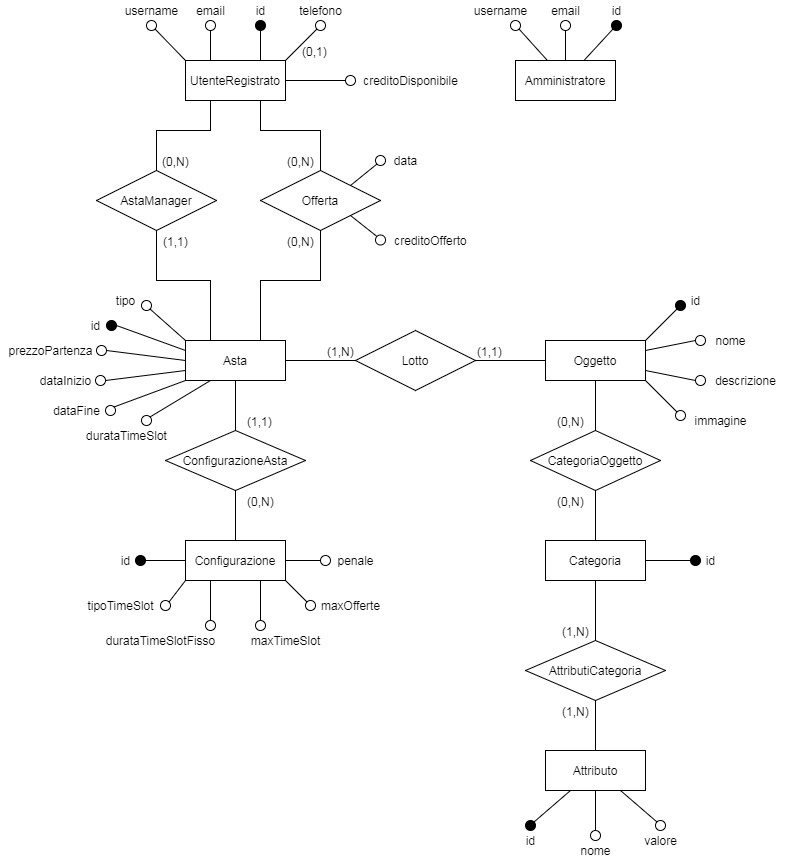
Earlier version of the draw.io export Documentazione/Progettazione/Database/Restructured ER Diagram/Restructured ER Diagram.png (UnimibSoftEngCourse1920/progetto-aste-2-gruppo-aste-2). Source tidied: cells renumbered, new cells last; positions are measured from the earlier drawing's top-left corner, leaving out a move shared by most shapes.
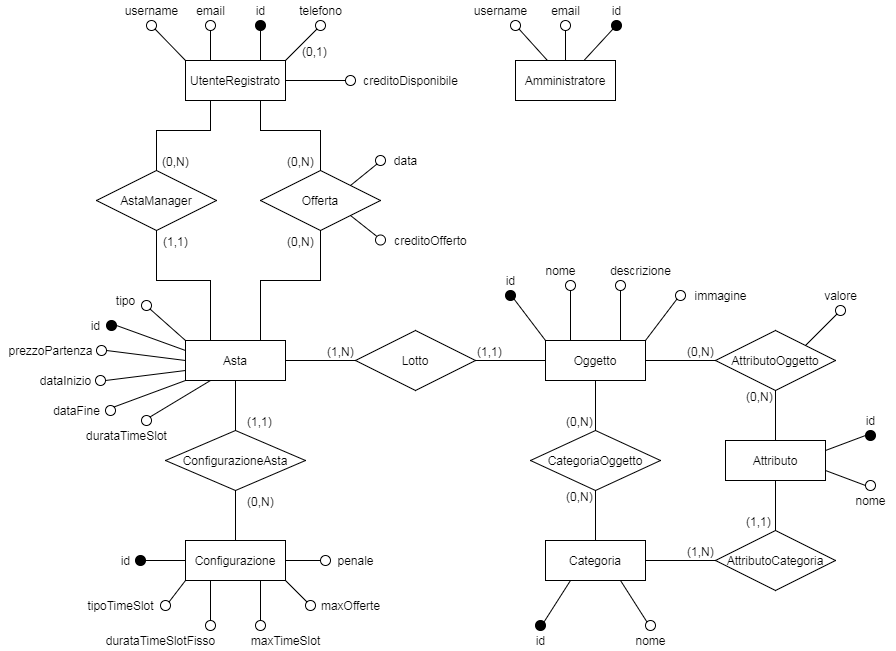
Above is the later version.

Commit message:
Updated Domain Model, Class Diagram, ER Diagram, Restructured ER Diagram and Relational Model Diagram

The edit, as a diff of the source:
```diff
@@ -8,21 +8,12 @@
     <mxCell id="3" value="Asta" style="whiteSpace=wrap;html=1;align=center;" parent="1" vertex="1">
       <mxGeometry x="185" y="340" width="100" height="40" as="geometry" />
     </mxCell>
-    <mxCell id="4" value="Oggetto" style="whiteSpace=wrap;html=1;align=center;" parent="1" vertex="1">
-      <mxGeometry x="545" y="340" width="100" height="40" as="geometry" />
-    </mxCell>
-    <mxCell id="5" value="Categoria" style="whiteSpace=wrap;html=1;align=center;" parent="1" vertex="1">
-      <mxGeometry x="545" y="540" width="100" height="40" as="geometry" />
-    </mxCell>
     <mxCell id="6" value="Configurazione" style="whiteSpace=wrap;html=1;align=center;" parent="1" vertex="1">
       <mxGeometry x="185" y="540" width="100" height="40" as="geometry" />
     </mxCell>
     <mxCell id="7" value="AstaManager" style="shape=rhombus;perimeter=rhombusPerimeter;whiteSpace=wrap;html=1;align=center;" parent="1" vertex="1">
       <mxGeometry x="96" y="170" width="120" height="60" as="geometry" />
     </mxCell>
-    <mxCell id="8" value="CategoriaOggetto" style="shape=rhombus;perimeter=rhombusPerimeter;whiteSpace=wrap;html=1;align=center;" parent="1" vertex="1">
-      <mxGeometry x="530" y="430" width="130" height="60" as="geometry" />
-    </mxCell>
     <mxCell id="9" value="ConfigurazioneAsta" style="shape=rhombus;perimeter=rhombusPerimeter;whiteSpace=wrap;html=1;align=center;" parent="1" vertex="1">
       <mxGeometry x="165" y="430" width="140" height="60" as="geometry" />
     </mxCell>
@@ -87,7 +78,7 @@
         <mxPoint x="40" as="offset" />
       </mxGeometry>
     </mxCell>
-    <mxCell id="29" style="endArrow=none;html=1;rounded=0;labelBackgroundColor=#000000;fillColor=#000000;exitX=1;exitY=0.5;exitDx=0;exitDy=0;entryX=0;entryY=0.5;entryDx=0;entryDy=0;" parent="1" edge="1" source="10" target="4">
+    <mxCell id="29" style="endArrow=none;html=1;rounded=0;labelBackgroundColor=#000000;fillColor=#000000;exitX=1;exitY=0.5;exitDx=0;exitDy=0;" parent="1" edge="1" source="10" target="4">
       <mxGeometry relative="1" as="geometry" />
     </mxCell>
     <mxCell id="30" value="(1,1)" style="html=1;align=left;verticalAlign=bottom;" parent="29" vertex="1">
@@ -161,22 +152,6 @@
         <mxPoint x="10" y="20" as="offset" />
       </mxGeometry>
     </mxCell>
-    <mxCell id="43" style="endArrow=none;html=1;rounded=0;labelBackgroundColor=#000000;fillColor=#000000;" parent="1" edge="1" source="4" target="8">
-      <mxGeometry relative="1" as="geometry" />
-    </mxCell>
-    <mxCell id="44" value="(0,N)" style="html=1;align=left;verticalAlign=bottom;" parent="43" vertex="1">
-      <mxGeometry x="-1" relative="1" as="geometry">
-        <mxPoint x="-40" y="50" as="offset" />
-      </mxGeometry>
-    </mxCell>
-    <mxCell id="45" style="endArrow=none;html=1;rounded=0;labelBackgroundColor=#000000;fillColor=#000000;" parent="1" edge="1" source="8" target="5">
-      <mxGeometry relative="1" as="geometry" />
-    </mxCell>
-    <mxCell id="46" value="(0,N)" style="html=1;align=left;verticalAlign=bottom;" parent="45" vertex="1">
-      <mxGeometry x="-1" relative="1" as="geometry">
-        <mxPoint x="-40" y="20" as="offset" />
-      </mxGeometry>
-    </mxCell>
     <mxCell id="47" value="creditoOfferto" style="text;html=1;align=center;verticalAlign=middle;" parent="1" vertex="1">
       <mxGeometry x="385" y="229.5" width="90" height="20" as="geometry" />
     </mxCell>
@@ -294,51 +269,6 @@
     <mxCell id="85" style="endArrow=none;html=1;rounded=0;labelBackgroundColor=#000000;fillColor=#000000;exitX=0.75;exitY=1;exitDx=0;exitDy=0;entryX=0.5;entryY=0;entryDx=0;entryDy=0;" parent="1" edge="1" source="6" target="70">
       <mxGeometry relative="1" as="geometry" />
     </mxCell>
-    <mxCell id="86" value="id" style="text;html=1;align=center;verticalAlign=middle;" parent="1" vertex="1">
-      <mxGeometry x="685" y="290" width="20" height="20" as="geometry" />
-    </mxCell>
-    <mxCell id="87" style="ellipse;whiteSpace=wrap;html=1;align=center;fillColor=#000000;" parent="1" vertex="1">
-      <mxGeometry x="675" y="300" width="10" height="10" as="geometry" />
-    </mxCell>
-    <mxCell id="88" value="nome" style="text;html=1;align=center;verticalAlign=middle;" parent="1" vertex="1">
-      <mxGeometry x="705" y="330" width="50" height="20" as="geometry" />
-    </mxCell>
-    <mxCell id="89" style="ellipse;whiteSpace=wrap;html=1;align=center;" parent="1" vertex="1">
-      <mxGeometry x="695" y="335" width="10" height="10" as="geometry" />
-    </mxCell>
-    <mxCell id="90" value="descrizione" style="text;html=1;align=center;verticalAlign=middle;" parent="1" vertex="1">
-      <mxGeometry x="705" y="370" width="80" height="20" as="geometry" />
-    </mxCell>
-    <mxCell id="91" style="ellipse;whiteSpace=wrap;html=1;align=center;" parent="1" vertex="1">
-      <mxGeometry x="695" y="375" width="10" height="10" as="geometry" />
-    </mxCell>
-    <mxCell id="92" style="endArrow=none;html=1;rounded=0;labelBackgroundColor=#000000;fillColor=#000000;exitX=0;exitY=1;exitDx=0;exitDy=0;entryX=1;entryY=0;entryDx=0;entryDy=0;" parent="1" edge="1" source="87" target="4">
-      <mxGeometry relative="1" as="geometry" />
-    </mxCell>
-    <mxCell id="93" style="endArrow=none;html=1;rounded=0;labelBackgroundColor=#000000;fillColor=#000000;exitX=0;exitY=0.5;exitDx=0;exitDy=0;entryX=1;entryY=0.25;entryDx=0;entryDy=0;" parent="1" edge="1" source="89" target="4">
-      <mxGeometry relative="1" as="geometry" />
-    </mxCell>
-    <mxCell id="94" style="endArrow=none;html=1;rounded=0;labelBackgroundColor=#000000;fillColor=#000000;exitX=1;exitY=0.75;exitDx=0;exitDy=0;entryX=0;entryY=0.5;entryDx=0;entryDy=0;" parent="1" edge="1" source="4" target="91">
-      <mxGeometry relative="1" as="geometry" />
-    </mxCell>
-    <mxCell id="95" value="id" style="text;html=1;align=center;verticalAlign=middle;" parent="1" vertex="1">
-      <mxGeometry x="700" y="550" width="20" height="20" as="geometry" />
-    </mxCell>
-    <mxCell id="96" style="ellipse;whiteSpace=wrap;html=1;align=center;fillColor=#000000;" parent="1" vertex="1">
-      <mxGeometry x="690" y="555" width="10" height="10" as="geometry" />
-    </mxCell>
-    <mxCell id="97" value="immagine" style="text;html=1;align=center;verticalAlign=middle;" parent="1" vertex="1">
-      <mxGeometry x="685" y="410" width="70" height="20" as="geometry" />
-    </mxCell>
-    <mxCell id="98" style="ellipse;whiteSpace=wrap;html=1;align=center;" parent="1" vertex="1">
-      <mxGeometry x="675" y="410" width="10" height="10" as="geometry" />
-    </mxCell>
-    <mxCell id="99" style="endArrow=none;html=1;rounded=0;labelBackgroundColor=#000000;fillColor=#000000;entryX=1;entryY=0.5;entryDx=0;entryDy=0;exitX=0;exitY=0.5;exitDx=0;exitDy=0;" parent="1" edge="1" source="96" target="5">
-      <mxGeometry relative="1" as="geometry" />
-    </mxCell>
-    <mxCell id="100" style="endArrow=none;html=1;rounded=0;labelBackgroundColor=#000000;fillColor=#000000;exitX=0;exitY=0;exitDx=0;exitDy=0;entryX=1;entryY=1;entryDx=0;entryDy=0;" parent="1" edge="1" source="98" target="4">
-      <mxGeometry relative="1" as="geometry" />
-    </mxCell>
     <mxCell id="101" value="username" style="text;html=1;align=center;verticalAlign=middle;" parent="1" vertex="1">
       <mxGeometry x="116" width="70" height="20" as="geometry" />
     </mxCell>
@@ -378,59 +308,157 @@
     <mxCell id="113" value="Offerta" style="shape=rhombus;perimeter=rhombusPerimeter;whiteSpace=wrap;html=1;align=center;" parent="1" vertex="1">
       <mxGeometry x="260" y="170" width="120" height="60" as="geometry" />
     </mxCell>
+    <mxCell id="129" value="(0,1)" style="html=1;align=left;verticalAlign=bottom;" parent="1" vertex="1">
+      <mxGeometry x="260" y="60" as="geometry">
+        <mxPoint x="40" as="offset" />
+      </mxGeometry>
+    </mxCell>
+    <mxCell id="4" value="Oggetto" style="whiteSpace=wrap;html=1;align=center;" parent="1" vertex="1">
+      <mxGeometry x="545" y="340" width="100" height="40" as="geometry" />
+    </mxCell>
+    <mxCell id="5" value="Categoria" style="whiteSpace=wrap;html=1;align=center;" parent="1" vertex="1">
+      <mxGeometry x="545" y="540" width="100" height="40" as="geometry" />
+    </mxCell>
+    <mxCell id="8" value="CategoriaOggetto" style="shape=rhombus;perimeter=rhombusPerimeter;whiteSpace=wrap;html=1;align=center;" parent="1" vertex="1">
+      <mxGeometry x="530" y="430" width="130" height="60" as="geometry" />
+    </mxCell>
+    <mxCell id="43" style="endArrow=none;html=1;rounded=0;labelBackgroundColor=#000000;fillColor=#000000;exitX=0.5;exitY=1;exitDx=0;exitDy=0;entryX=0.5;entryY=0;entryDx=0;entryDy=0;" parent="1" edge="1" source="4" target="8">
+      <mxGeometry relative="1" as="geometry" />
+    </mxCell>
+    <mxCell id="130" value="(0,N)" style="html=1;align=left;verticalAlign=bottom;" parent="43" vertex="1">
+      <mxGeometry x="-1" relative="1" as="geometry">
+        <mxPoint x="-31" y="50" as="offset" />
+      </mxGeometry>
+    </mxCell>
+    <mxCell id="45" style="endArrow=none;html=1;rounded=0;labelBackgroundColor=#000000;fillColor=#000000;" parent="1" edge="1" source="8" target="5">
+      <mxGeometry relative="1" as="geometry" />
+    </mxCell>
+    <mxCell id="131" value="(0,N)" style="html=1;align=left;verticalAlign=bottom;" parent="45" vertex="1">
+      <mxGeometry x="-1" relative="1" as="geometry">
+        <mxPoint x="-31" y="15" as="offset" />
+      </mxGeometry>
+    </mxCell>
+    <mxCell id="132" value="id" style="text;html=1;align=center;verticalAlign=middle;" parent="1" vertex="1">
+      <mxGeometry x="500" y="270" width="20" height="20" as="geometry" />
+    </mxCell>
+    <mxCell id="133" style="ellipse;whiteSpace=wrap;html=1;align=center;fillColor=#000000;" parent="1" vertex="1">
+      <mxGeometry x="505" y="290" width="10" height="10" as="geometry" />
+    </mxCell>
+    <mxCell id="134" value="nome" style="text;html=1;align=center;verticalAlign=middle;" parent="1" vertex="1">
+      <mxGeometry x="535" y="260" width="50" height="20" as="geometry" />
+    </mxCell>
+    <mxCell id="135" style="ellipse;whiteSpace=wrap;html=1;align=center;" parent="1" vertex="1">
+      <mxGeometry x="565" y="280" width="10" height="10" as="geometry" />
+    </mxCell>
+    <mxCell id="90" value="descrizione" style="text;html=1;align=center;verticalAlign=middle;" parent="1" vertex="1">
+      <mxGeometry x="600" y="260" width="80" height="20" as="geometry" />
+    </mxCell>
+    <mxCell id="136" style="ellipse;whiteSpace=wrap;html=1;align=center;" parent="1" vertex="1">
+      <mxGeometry x="615" y="280" width="10" height="10" as="geometry" />
+    </mxCell>
+    <mxCell id="137" style="endArrow=none;html=1;rounded=0;labelBackgroundColor=#000000;fillColor=#000000;exitX=1;exitY=1;exitDx=0;exitDy=0;entryX=0;entryY=0;entryDx=0;entryDy=0;" parent="1" edge="1" source="133" target="4">
+      <mxGeometry relative="1" as="geometry" />
+    </mxCell>
+    <mxCell id="138" style="endArrow=none;html=1;rounded=0;labelBackgroundColor=#000000;fillColor=#000000;exitX=0.5;exitY=1;exitDx=0;exitDy=0;entryX=0.25;entryY=0;entryDx=0;entryDy=0;" parent="1" edge="1" source="135" target="4">
+      <mxGeometry relative="1" as="geometry" />
+    </mxCell>
+    <mxCell id="139" style="endArrow=none;html=1;rounded=0;labelBackgroundColor=#000000;fillColor=#000000;exitX=0.75;exitY=0;exitDx=0;exitDy=0;entryX=0.5;entryY=1;entryDx=0;entryDy=0;" parent="1" edge="1" source="4" target="136">
+      <mxGeometry relative="1" as="geometry" />
+    </mxCell>
+    <mxCell id="140" value="id" style="text;html=1;align=center;verticalAlign=middle;" parent="1" vertex="1">
+      <mxGeometry x="530" y="630" width="20" height="20" as="geometry" />
+    </mxCell>
+    <mxCell id="141" style="ellipse;whiteSpace=wrap;html=1;align=center;fillColor=#000000;" parent="1" vertex="1">
+      <mxGeometry x="535" y="620" width="10" height="10" as="geometry" />
+    </mxCell>
+    <mxCell id="97" value="immagine" style="text;html=1;align=center;verticalAlign=middle;" parent="1" vertex="1">
+      <mxGeometry x="685" y="285" width="70" height="20" as="geometry" />
+    </mxCell>
+    <mxCell id="142" style="ellipse;whiteSpace=wrap;html=1;align=center;" parent="1" vertex="1">
+      <mxGeometry x="675" y="290" width="10" height="10" as="geometry" />
+    </mxCell>
+    <mxCell id="143" style="endArrow=none;html=1;rounded=0;labelBackgroundColor=#000000;fillColor=#000000;entryX=0.25;entryY=1;entryDx=0;entryDy=0;exitX=1;exitY=0;exitDx=0;exitDy=0;" parent="1" edge="1" source="141" target="5">
+      <mxGeometry relative="1" as="geometry" />
+    </mxCell>
+    <mxCell id="144" style="endArrow=none;html=1;rounded=0;labelBackgroundColor=#000000;fillColor=#000000;exitX=0;exitY=1;exitDx=0;exitDy=0;entryX=1;entryY=0;entryDx=0;entryDy=0;" parent="1" edge="1" source="142" target="4">
+      <mxGeometry relative="1" as="geometry" />
+    </mxCell>
+    <mxCell id="145" value="AttributoOggetto" style="shape=rhombus;perimeter=rhombusPerimeter;whiteSpace=wrap;html=1;align=center;" parent="1" vertex="1">
+      <mxGeometry x="715" y="330" width="120" height="60" as="geometry" />
+    </mxCell>
     <mxCell id="114" value="Attributo" style="whiteSpace=wrap;html=1;align=center;" parent="1" vertex="1">
-      <mxGeometry x="545" y="750" width="100" height="40" as="geometry" />
+      <mxGeometry x="725" y="440" width="100" height="40" as="geometry" />
     </mxCell>
-    <mxCell id="115" value="AttributiCategoria" style="shape=rhombus;perimeter=rhombusPerimeter;whiteSpace=wrap;html=1;align=center;" parent="1" vertex="1">
-      <mxGeometry x="525" y="640" width="140" height="60" as="geometry" />
-    </mxCell>
-    <mxCell id="116" style="endArrow=none;html=1;rounded=0;labelBackgroundColor=#000000;fillColor=#000000;" parent="1" edge="1" source="115" target="114">
-      <mxGeometry relative="1" as="geometry" />
-    </mxCell>
-    <mxCell id="117" value="(1,N)" style="html=1;align=left;verticalAlign=bottom;" parent="116" vertex="1">
-      <mxGeometry x="-1" relative="1" as="geometry">
-        <mxPoint x="-35" y="20" as="offset" />
-      </mxGeometry>
-    </mxCell>
-    <mxCell id="118" style="endArrow=none;html=1;rounded=0;labelBackgroundColor=#000000;fillColor=#000000;" parent="1" edge="1" source="5" target="115">
-      <mxGeometry relative="1" as="geometry" />
-    </mxCell>
-    <mxCell id="119" value="(1,N)" style="html=1;align=left;verticalAlign=bottom;" parent="118" vertex="1">
-      <mxGeometry x="-1" relative="1" as="geometry">
-        <mxPoint x="-35" y="60" as="offset" />
-      </mxGeometry>
-    </mxCell>
-    <mxCell id="120" value="id" style="text;html=1;align=center;verticalAlign=middle;" parent="1" vertex="1">
-      <mxGeometry x="520" y="830" width="20" height="20" as="geometry" />
-    </mxCell>
-    <mxCell id="121" style="ellipse;whiteSpace=wrap;html=1;align=center;fillColor=#000000;" parent="1" vertex="1">
-      <mxGeometry x="525" y="820" width="10" height="10" as="geometry" />
-    </mxCell>
-    <mxCell id="122" value="nome" style="text;html=1;align=center;verticalAlign=middle;" parent="1" vertex="1">
-      <mxGeometry x="570" y="840" width="50" height="20" as="geometry" />
-    </mxCell>
-    <mxCell id="123" style="ellipse;whiteSpace=wrap;html=1;align=center;" parent="1" vertex="1">
-      <mxGeometry x="590" y="830" width="10" height="10" as="geometry" />
-    </mxCell>
+    <mxCell id="146" value="AttributoCategoria" style="shape=rhombus;perimeter=rhombusPerimeter;whiteSpace=wrap;html=1;align=center;" parent="1" vertex="1">
+      <mxGeometry x="715" y="530" width="120" height="60" as="geometry" />
+    </mxCell>
+    <mxCell id="147" style="endArrow=none;html=1;rounded=0;labelBackgroundColor=#000000;fillColor=#000000;exitX=1;exitY=0.5;exitDx=0;exitDy=0;entryX=0;entryY=0.5;entryDx=0;entryDy=0;" parent="1" edge="1" source="4" target="145">
+      <mxGeometry relative="1" as="geometry" />
+    </mxCell>
+    <mxCell id="148" value="(0,N)" style="html=1;align=left;verticalAlign=bottom;" parent="147" vertex="1">
+      <mxGeometry x="-1" relative="1" as="geometry">
+        <mxPoint x="40" as="offset" />
+      </mxGeometry>
+    </mxCell>
+    <mxCell id="149" style="endArrow=none;html=1;rounded=0;labelBackgroundColor=#000000;fillColor=#000000;exitX=1;exitY=0.5;exitDx=0;exitDy=0;entryX=0;entryY=0.5;entryDx=0;entryDy=0;" parent="1" edge="1" source="5" target="146">
+      <mxGeometry relative="1" as="geometry" />
+    </mxCell>
+    <mxCell id="150" value="(1,N)" style="html=1;align=left;verticalAlign=bottom;" parent="149" vertex="1">
+      <mxGeometry x="-1" relative="1" as="geometry">
+        <mxPoint x="40" as="offset" />
+      </mxGeometry>
+    </mxCell>
+    <mxCell id="151" style="endArrow=none;html=1;rounded=0;labelBackgroundColor=#000000;fillColor=#000000;exitX=0.5;exitY=1;exitDx=0;exitDy=0;entryX=0.5;entryY=0;entryDx=0;entryDy=0;" parent="1" edge="1" source="145" target="114">
+      <mxGeometry relative="1" as="geometry" />
+    </mxCell>
+    <mxCell id="152" value="(0,N)" style="html=1;align=left;verticalAlign=bottom;" parent="151" vertex="1">
+      <mxGeometry x="-1" relative="1" as="geometry">
+        <mxPoint x="-31" y="15" as="offset" />
+      </mxGeometry>
+    </mxCell>
+    <mxCell id="153" style="endArrow=none;html=1;rounded=0;labelBackgroundColor=#000000;fillColor=#000000;exitX=0.5;exitY=1;exitDx=0;exitDy=0;entryX=0.5;entryY=0;entryDx=0;entryDy=0;" parent="1" edge="1" source="114" target="146">
+      <mxGeometry relative="1" as="geometry" />
+    </mxCell>
+    <mxCell id="154" value="(1,1)" style="html=1;align=left;verticalAlign=bottom;" parent="153" vertex="1">
+      <mxGeometry x="-1" relative="1" as="geometry">
+        <mxPoint x="-31" y="50" as="offset" />
+      </mxGeometry>
+    </mxCell>
+    <mxCell id="155" value="id" style="text;html=1;align=center;verticalAlign=middle;" parent="1" vertex="1">
+      <mxGeometry x="860" y="410" width="20" height="20" as="geometry" />
+    </mxCell>
+    <mxCell id="156" style="endArrow=none;html=1;rounded=0;labelBackgroundColor=#000000;fillColor=#000000;exitX=0;exitY=0.5;exitDx=0;exitDy=0;entryX=1;entryY=0.25;entryDx=0;entryDy=0;" parent="1" edge="1" source="165" target="114">
+      <mxGeometry relative="1" as="geometry" />
+    </mxCell>
     <mxCell id="124" value="valore" style="text;html=1;align=center;verticalAlign=middle;" parent="1" vertex="1">
-      <mxGeometry x="635" y="830" width="50" height="20" as="geometry" />
+      <mxGeometry x="815" y="285" width="50" height="20" as="geometry" />
     </mxCell>
-    <mxCell id="125" style="ellipse;whiteSpace=wrap;html=1;align=center;" parent="1" vertex="1">
-      <mxGeometry x="655" y="820" width="10" height="10" as="geometry" />
-    </mxCell>
-    <mxCell id="126" style="endArrow=none;html=1;rounded=0;labelBackgroundColor=#000000;fillColor=#000000;entryX=0.25;entryY=1;entryDx=0;entryDy=0;exitX=1;exitY=0;exitDx=0;exitDy=0;" parent="1" edge="1" source="121" target="114">
-      <mxGeometry relative="1" as="geometry" />
-    </mxCell>
-    <mxCell id="127" style="endArrow=none;html=1;rounded=0;labelBackgroundColor=#000000;fillColor=#000000;entryX=0.75;entryY=1;entryDx=0;entryDy=0;exitX=0;exitY=0;exitDx=0;exitDy=0;" parent="1" edge="1" source="125" target="114">
-      <mxGeometry relative="1" as="geometry" />
-    </mxCell>
-    <mxCell id="128" style="endArrow=none;html=1;rounded=0;labelBackgroundColor=#000000;fillColor=#000000;entryX=0.5;entryY=1;entryDx=0;entryDy=0;exitX=0.5;exitY=0;exitDx=0;exitDy=0;" parent="1" edge="1" source="123" target="114">
-      <mxGeometry relative="1" as="geometry" />
-    </mxCell>
-    <mxCell id="129" value="(0,1)" style="html=1;align=left;verticalAlign=bottom;" parent="1" vertex="1">
-      <mxGeometry x="260" y="60" as="geometry">
-        <mxPoint x="40" as="offset" />
-      </mxGeometry>
-    </mxCell>
+    <mxCell id="157" style="ellipse;whiteSpace=wrap;html=1;align=center;" parent="1" vertex="1">
+      <mxGeometry x="835" y="305" width="10" height="10" as="geometry" />
+    </mxCell>
+    <mxCell id="158" style="endArrow=none;html=1;rounded=0;labelBackgroundColor=#000000;fillColor=#000000;exitX=0;exitY=1;exitDx=0;exitDy=0;entryX=1;entryY=0;entryDx=0;entryDy=0;" parent="1" edge="1" source="157" target="145">
+      <mxGeometry relative="1" as="geometry" />
+    </mxCell>
+    <mxCell id="159" value="nome" style="text;html=1;align=center;verticalAlign=middle;" parent="1" vertex="1">
+      <mxGeometry x="625" y="630" width="50" height="20" as="geometry" />
+    </mxCell>
+    <mxCell id="160" style="ellipse;whiteSpace=wrap;html=1;align=center;" parent="1" vertex="1">
+      <mxGeometry x="645" y="620" width="10" height="10" as="geometry" />
+    </mxCell>
+    <mxCell id="161" style="endArrow=none;html=1;rounded=0;labelBackgroundColor=#000000;fillColor=#000000;entryX=0.75;entryY=1;entryDx=0;entryDy=0;exitX=0;exitY=0;exitDx=0;exitDy=0;" parent="1" edge="1" source="160" target="5">
+      <mxGeometry relative="1" as="geometry" />
+    </mxCell>
+    <mxCell id="162" value="nome" style="text;html=1;align=center;verticalAlign=middle;" parent="1" vertex="1">
+      <mxGeometry x="845" y="490" width="50" height="20" as="geometry" />
+    </mxCell>
+    <mxCell id="163" style="ellipse;whiteSpace=wrap;html=1;align=center;" parent="1" vertex="1">
+      <mxGeometry x="865" y="480" width="10" height="10" as="geometry" />
+    </mxCell>
+    <mxCell id="164" style="endArrow=none;html=1;rounded=0;labelBackgroundColor=#000000;fillColor=#000000;entryX=1;entryY=0.75;entryDx=0;entryDy=0;exitX=0;exitY=0.5;exitDx=0;exitDy=0;" parent="1" edge="1" source="163" target="114">
+      <mxGeometry relative="1" as="geometry" />
+    </mxCell>
+    <mxCell id="165" style="ellipse;whiteSpace=wrap;html=1;align=center;fillColor=#000000;" parent="1" vertex="1">
+      <mxGeometry x="865" y="430" width="10" height="10" as="geometry" />
+    </mxCell>
   </root>
 </mxGraphModel>
```
